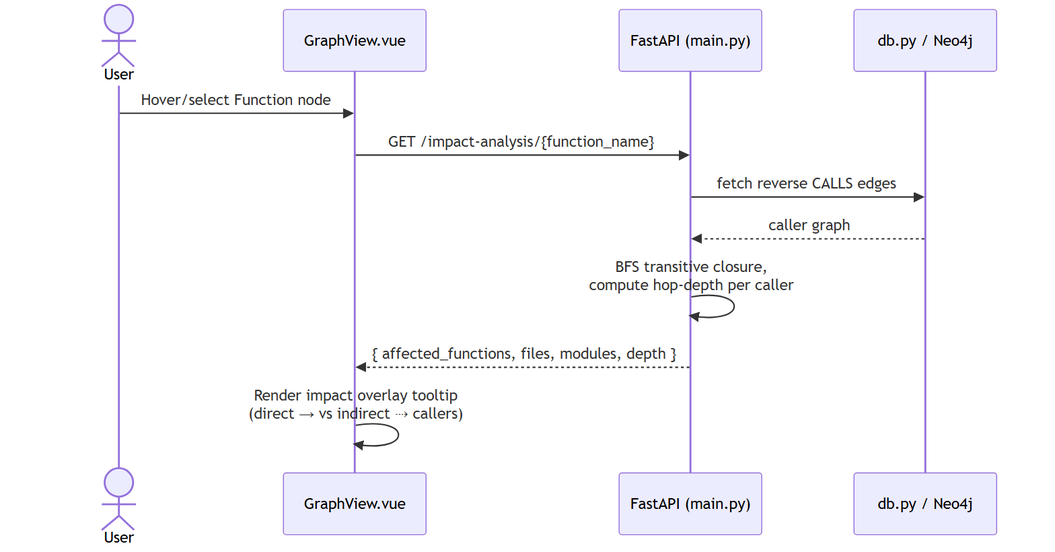
Earlier version of the Mermaid export srs_diagrams/diagram_07.png (farjanasarker/Code_Base_Visualisation). Its source is kept beside it as srs_diagrams/diagram_07.mmd.
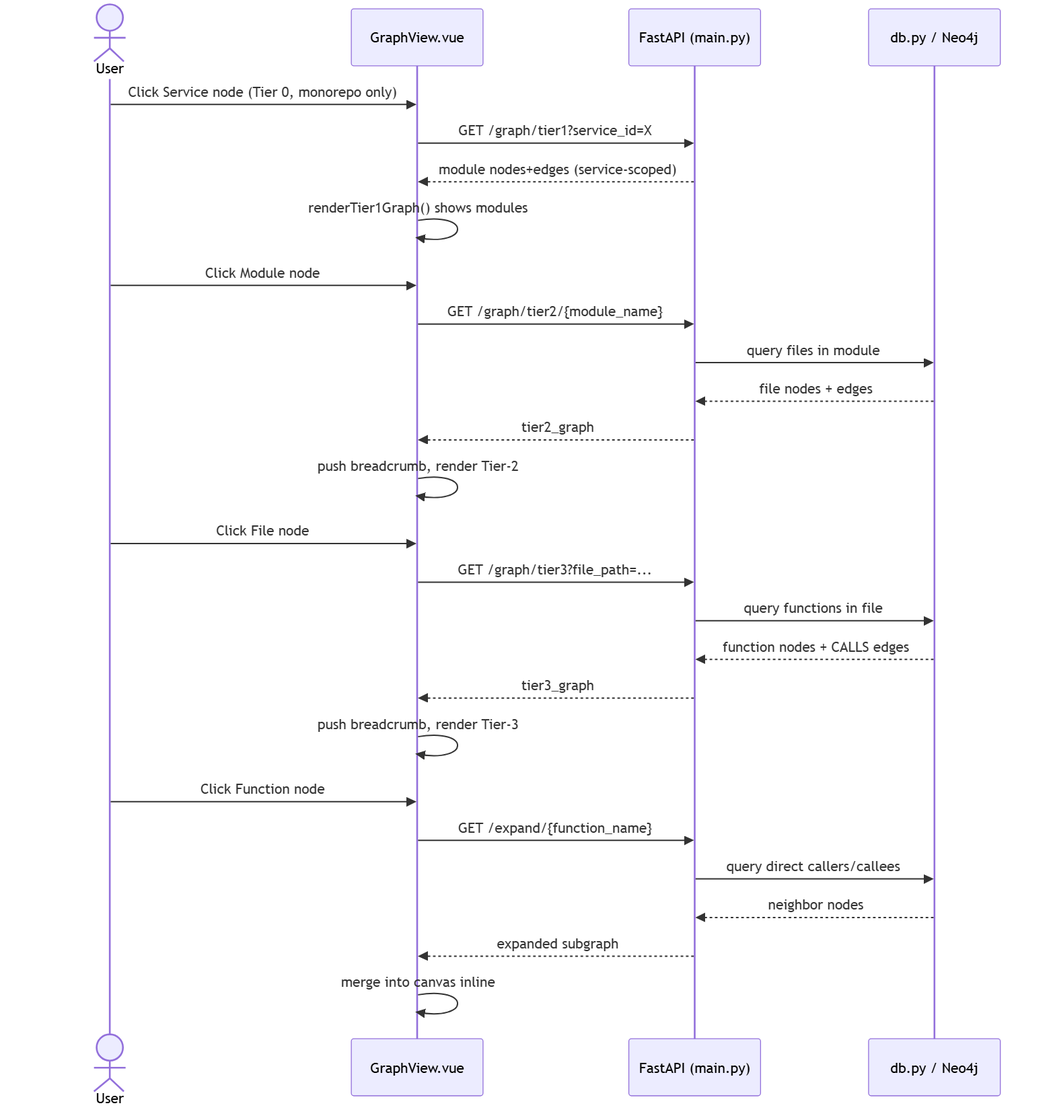
Above is the later version.

Diff of the diagram source:
```diff
@@ -4,10 +4,28 @@
     participant API as FastAPI (main.py)
     participant DB as db.py / Neo4j
 
-    U->>FE: Hover/select Function node
-    FE->>API: GET /impact-analysis/{function_name}
-    API->>DB: fetch reverse CALLS edges
-    DB-->>API: caller graph
-    API->>API: BFS transitive closure,<br/>compute hop-depth per caller
-    API-->>FE: { affected_functions, files, modules, depth }
-    FE->>FE: Render impact overlay tooltip<br/>(direct → vs indirect ⇢ callers)
+    U->>FE: Click Service node (Tier 0, monorepo only)
+    FE->>API: GET /graph/tier1?service_id=X
+    API-->>FE: module nodes+edges (service-scoped)
+    FE->>FE: renderTier1Graph() shows modules
+
+    U->>FE: Click Module node
+    FE->>API: GET /graph/tier2/{module_name}
+    API->>DB: query files in module
+    DB-->>API: file nodes + edges
+    API-->>FE: tier2_graph
+    FE->>FE: push breadcrumb, render Tier-2
+
+    U->>FE: Click File node
+    FE->>API: GET /graph/tier3?file_path=...
+    API->>DB: query functions in file
+    DB-->>API: function nodes + CALLS edges
+    API-->>FE: tier3_graph
+    FE->>FE: push breadcrumb, render Tier-3
+
+    U->>FE: Click Function node
+    FE->>API: GET /expand/{function_name}
+    API->>DB: query direct callers/callees
+    DB-->>API: neighbor nodes
+    API-->>FE: expanded subgraph
+    FE->>FE: merge into canvas inline
```
